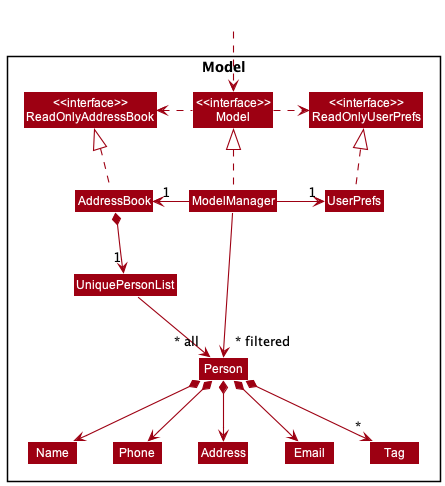
Before: docs/images/ModelClassDiagram.png, a diagram exported from PlantUML (nus-cs2103-AY2223S2/tp).
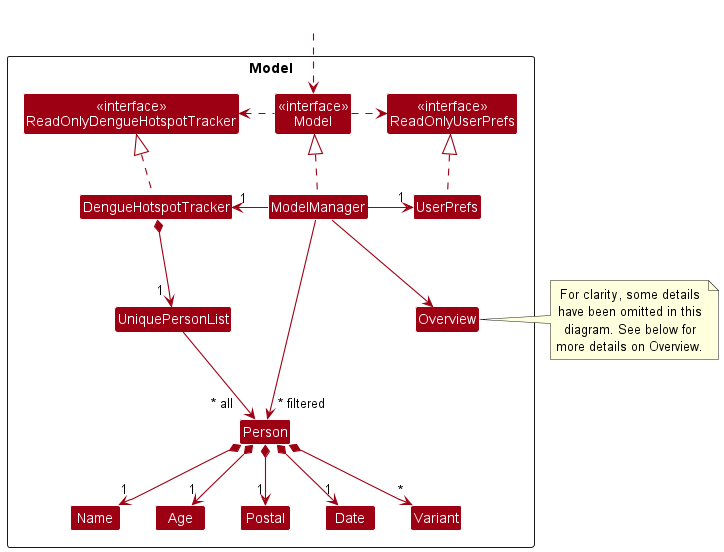
After the change.

Commit message:
Update Model class diagram

Diff of the diagram source:
```diff
@@ -5,46 +5,57 @@
 skinparam classBackgroundColor MODEL_COLOR
 
 Package Model <<Rectangle>>{
-Class "<<interface>>\nReadOnlyAddressBook" as ReadOnlyAddressBook
+Class "<<interface>>\nReadOnlyDengueHotspotTracker" as ReadOnlyDengueHotspotTracker
 Class "<<interface>>\nReadOnlyUserPrefs" as ReadOnlyUserPrefs
-Class "<<interface>>\nModel" as Model
-Class AddressBook
+Class "<<interface>>\nModel" as ModelInterface
+Class DengueHotspotTracker
 Class ModelManager
 Class UserPrefs
 
 Class UniquePersonList
 Class Person
-Class Address
-Class Email
 Class Name
-Class Phone
-Class Tag
-
+Class Age
+Class Postal
+Class Date
+Class Variant
+Class Overview
 }
 
 Class HiddenOutside #FFFFFF
-HiddenOutside ..> Model
+HiddenOutside ..> ModelInterface
 
-AddressBook .up.|> ReadOnlyAddressBook
+DengueHotspotTracker .up.|> ReadOnlyDengueHotspotTracker
 
-ModelManager .up.|> Model
-Model .right.> ReadOnlyUserPrefs
-Model .left.> ReadOnlyAddressBook
-ModelManager -left-> "1" AddressBook
+ModelManager .up.|> ModelInterface
+ModelInterface .right.> ReadOnlyUserPrefs
+ModelInterface .left.> ReadOnlyDengueHotspotTracker
+ModelManager -left-> "1" DengueHotspotTracker
 ModelManager -right-> "1" UserPrefs
 UserPrefs .up.|> ReadOnlyUserPrefs
 
-AddressBook *--> "1" UniquePersonList
-UniquePersonList --> "~* all" Person
-Person *--> Name
-Person *--> Phone
-Person *--> Email
-Person *--> Address
-Person *--> "*" Tag
+DengueHotspotTracker *--> "1 " UniquePersonList
+UniquePersonList -down-> "~* all   " Person
+Person *--> "1" Name
+Person *--> "1" Age
+Person *--> "1" Postal
+Person *--> "1" Date
+Person *--> "*" Variant
 
-Name -[hidden]right-> Phone
-Phone -[hidden]right-> Address
-Address -[hidden]right-> Email
+Name -[hidden]right- Age
+Age -[hidden]right- Postal
+Postal -[hidden]right- Date
+Date -[hidden]right- Variant
 
-ModelManager -->"~* filtered" Person
+ModelManager ->"~* filtered" Person
+ModelManager -down-> Overview
+
+note right of Overview {
+For clarity, some details
+have been omitted in this
+diagram. See below for
+more details on Overview.
+}
+
+Overview -[hidden]up- UserPrefs
 @enduml
```
